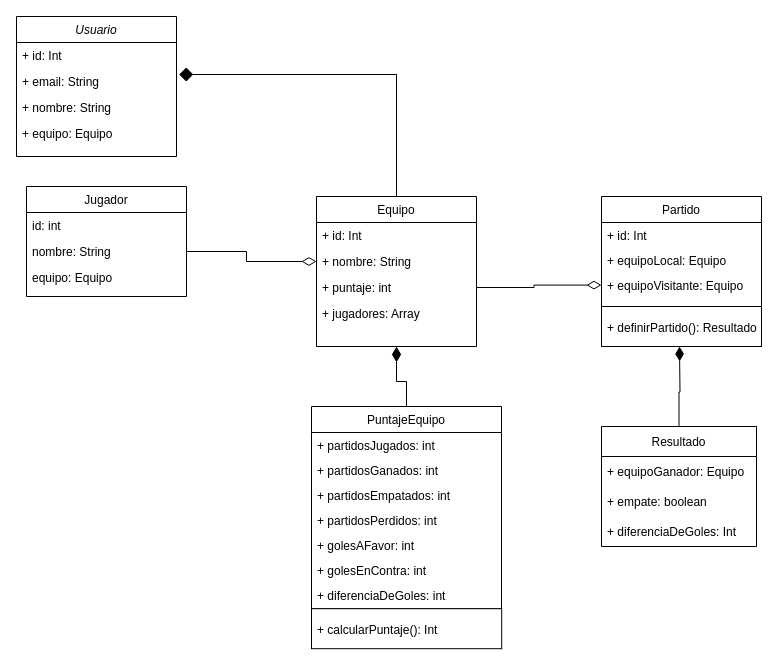
anarod13/granDT keeps this draw.io diagram as GranDT_Diagram.drawio. Above is the earlier version. Source tidied: cells renumbered, new cells numbered last; positions are measured from the earlier drawing's top-left corner, leaving out a move shared by most shapes. Both pictures are drawn from the tidied source at 100%, with x=0, y=0 at pixel (16, 16).
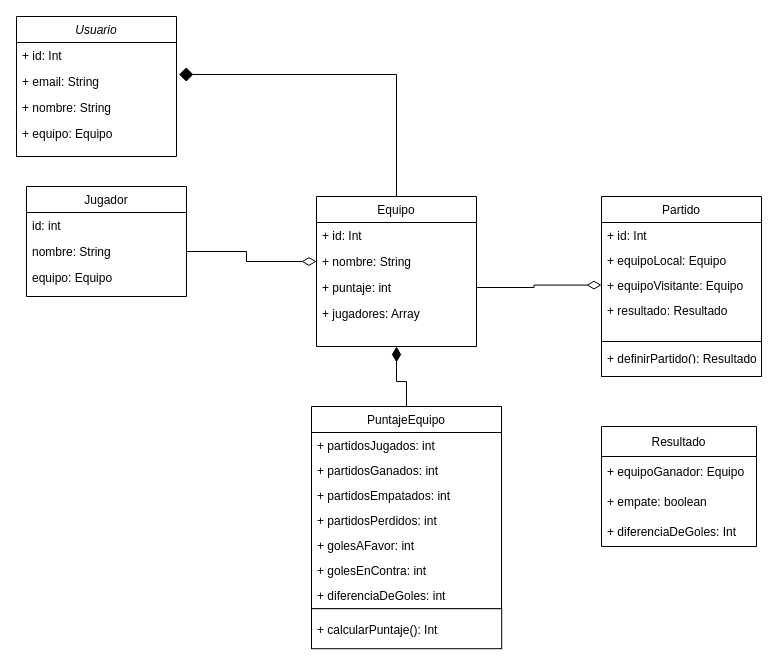
Above is the later version.

Commit message:
agrego Resultado a Partido

The change refers to these unchanged cells:
```xml
<mxCell id="31" style="group;" parent="1" vertex="1">
  <mxGeometry x="540" y="170" width="205" height="360" as="geometry" />
</mxCell>
<mxCell id="39" value="Resultado" style="swimlane;fontStyle=0;horizontal=1;startSize=30;" parent="31" vertex="1">
  <mxGeometry x="45" y="240" width="155" height="120" as="geometry" />
</mxCell>
```

Change to the diagram source:
```diff
@@
     <mxCell id="32" value="Partido" style="swimlane;fontStyle=0;align=center;verticalAlign=top;horizontal=1;startSize=26;rounded=0;shadow=0;strokeWidth=1;" parent="31" vertex="1">
-      <mxGeometry x="45" y="10" width="160" height="110" as="geometry" />
+      <mxGeometry x="45" y="10" width="160" height="150" as="geometry" />
     </mxCell>
@@
+    <mxCell id="45" value="+ resultado: Resultado" style="text;align=left;verticalAlign=top;spacingLeft=4;spacingRight=4;overflow=hidden;" parent="32" vertex="1">
+      <mxGeometry y="101.1" width="160" height="25" as="geometry" />
+    </mxCell>
     <mxCell id="36" style="group;" parent="31" vertex="1">
-      <mxGeometry y="110" width="160" height="57.8" as="geometry" />
+      <mxGeometry y="150" width="205" height="40" as="geometry" />
     </mxCell>
     <mxCell id="37" style="rounded=0;whiteSpace=wrap;html=1;" parent="36" vertex="1">
-      <mxGeometry x="45" y="10" width="160" height="40" as="geometry" />
+      <mxGeometry x="45" y="5" width="160" height="35" as="geometry" />
     </mxCell>
     <mxCell id="38" value="+ definirPartido(): Resultado" style="text;align=left;verticalAlign=top;spacingLeft=4;spacingRight=4;overflow=hidden;" parent="36" vertex="1">
-      <mxGeometry x="45" y="17.8" width="160" height="25" as="geometry" />
+      <mxGeometry x="45" y="8.9" width="160" height="12.5" as="geometry" />
     </mxCell>
@@
-    <mxCell id="43" style="edgeStyle=orthogonalEdgeStyle;rounded=0;jettySize=auto;html=1;endArrow=diamondThin;endFill=1;endSize=12;strokeWidth=1;" parent="1" edge="1" source="39">
-      <mxGeometry relative="1" as="geometry">
-        <mxPoint x="663" y="330" as="targetPoint" />
-      </mxGeometry>
-    </mxCell>
```
